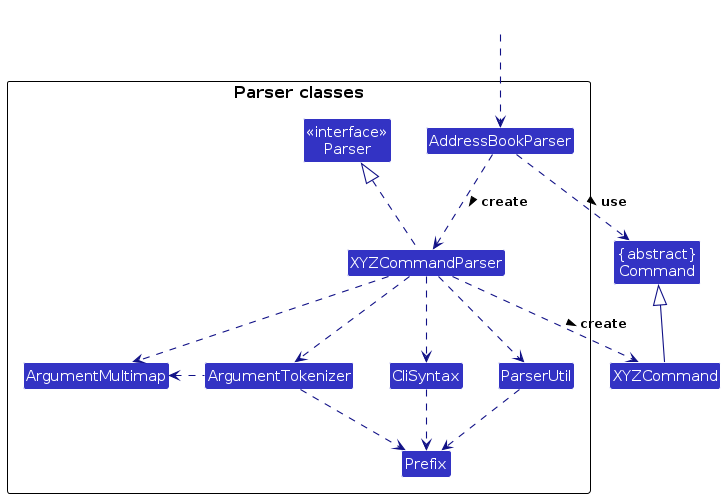
This is diagrams/ParserClasses.png from AY2425S2-CS2103T-T16-4/tp, a PlantUML export, as it was before one commit. Its source is kept beside it as diagrams/ParserClasses.puml.
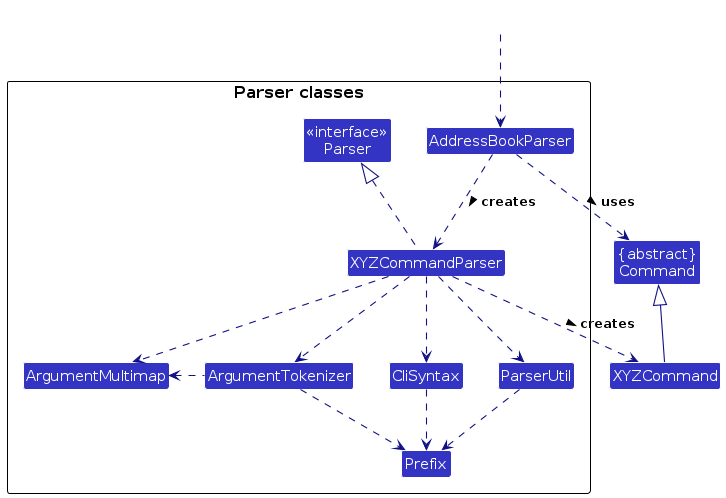
Above is the later version.

Change to the diagram source:
```diff
@@ -21,10 +21,10 @@
 Class HiddenOutside #FFFFFF
 HiddenOutside ..> AddressBookParser
 
-AddressBookParser .down.> XYZCommandParser: create >
+AddressBookParser .down.> XYZCommandParser: creates >
 
-XYZCommandParser ..> XYZCommand : create >
-AddressBookParser ..> Command : use >
+XYZCommandParser ..> XYZCommand : creates >
+AddressBookParser ..> Command : uses >
 XYZCommandParser .up.|> Parser
 XYZCommandParser ..> ArgumentMultimap
 XYZCommandParser ..> ArgumentTokenizer
```
